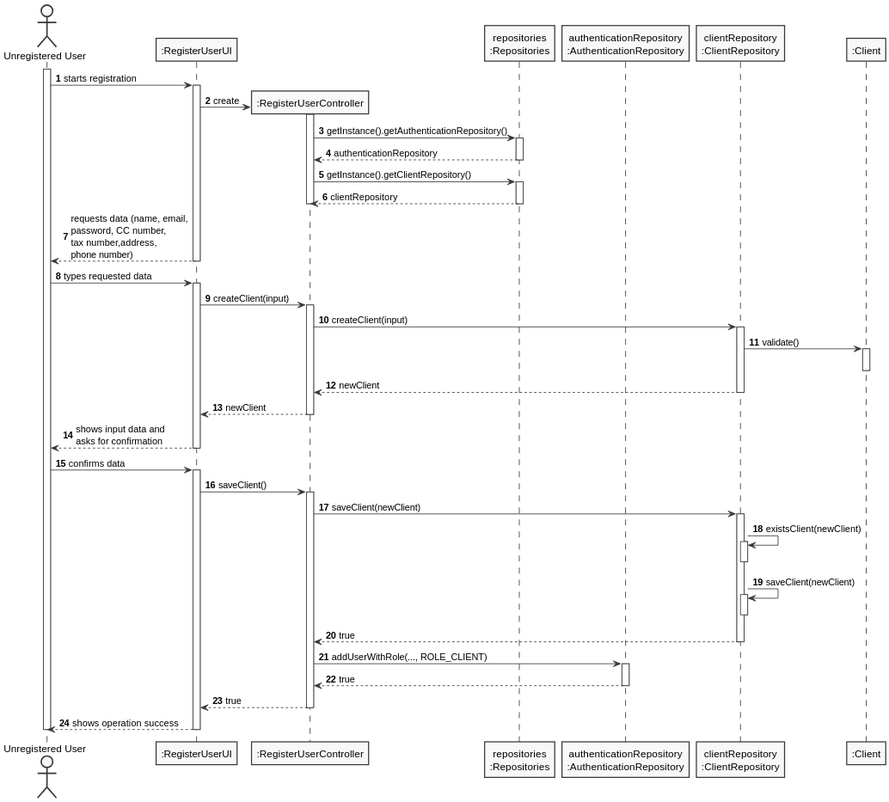
Earlier version of the PlantUML export docs/sprintC/US007/03.design/svg/us007-sequence-diagram.svg (tiagohcorreia/LAPR2). Source of this version:
```plantuml
@startuml

skinparam monochrome true
skinparam shadowing false
autonumber

actor "Unregistered User" as uu
participant ":RegisterUserUI" as ui
participant ":RegisterUserController" as ctrl
participant "repositories\n:Repositories" as repos
participant "authenticationRepository\n:AuthenticationRepository" as authRepo
participant "clientRepository\n:ClientRepository" as clientRepo
participant ":Client" as client

activate uu
uu -> ui: starts registration
activate ui
ui -> ctrl**: create
activate ctrl
ctrl -> repos: getInstance().getAuthenticationRepository()
activate repos
return authenticationRepository
ctrl -> repos: getInstance().getClientRepository()
activate repos
return clientRepository
deactivate ctrl
return requests data (name, email,\npassword, CC number,\ntax number,address,\nphone number)

uu -> ui: types requested data
activate ui

ui -> ctrl: createClient(input)
activate ctrl
ctrl -> clientRepo: createClient(input)
activate clientRepo
clientRepo -> client: validate()
activate client
deactivate client
return newClient
return newClient
return shows input data and\nasks for confirmation

uu -> ui: confirms data
activate ui
ui -> ctrl: saveClient()
activate ctrl
ctrl -> clientRepo: saveClient(newClient)
activate clientRepo
clientRepo -> clientRepo: existsClient(newClient)
activate clientRepo
deactivate clientRepo
clientRepo -> clientRepo: saveClient(newClient)
activate clientRepo
deactivate clientRepo
return true
ctrl -> authRepo: addUserWithRole(..., ROLE_CLIENT)
activate authRepo
return true
return true
return shows operation success




deactivate uu
@enduml
```
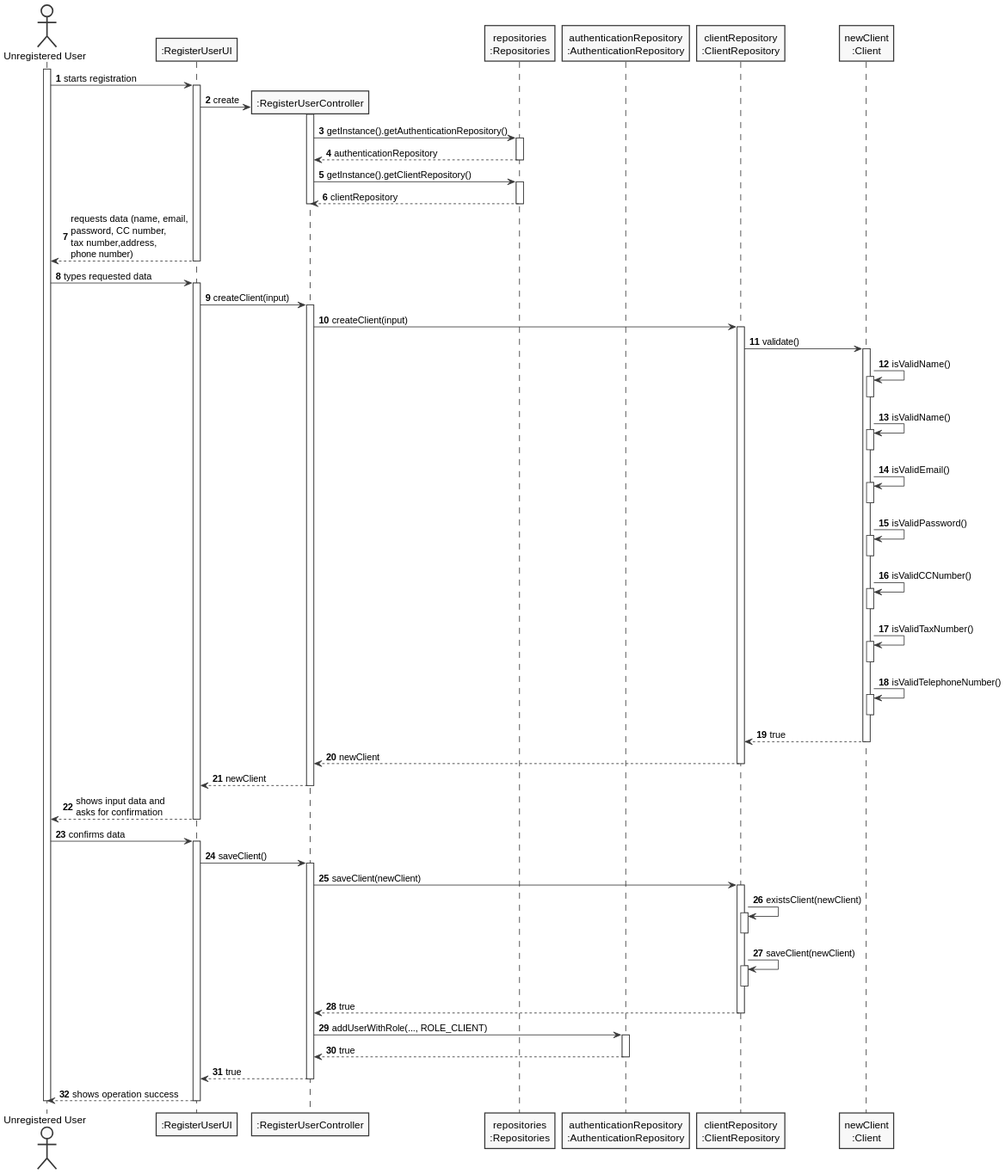
Later version of the same file.

Commit message:
US07 - Added validation logic the Sequence Diagram

Diff of the diagram source:
```diff
@@ -10,7 +10,7 @@
 participant "repositories\n:Repositories" as repos
 participant "authenticationRepository\n:AuthenticationRepository" as authRepo
 participant "clientRepository\n:ClientRepository" as clientRepo
-participant ":Client" as client
+participant "newClient\n:Client" as client
 
 activate uu
 uu -> ui: starts registration
@@ -35,7 +35,29 @@
 activate clientRepo
 clientRepo -> client: validate()
 activate client
+    client -> client: isValidName()
+    activate client
+    deactivate client
+    client -> client: isValidName()
+    activate client
+    deactivate client
+    client -> client: isValidEmail()
+    activate client
+    deactivate client
+    client -> client: isValidPassword()
+    activate client
+    deactivate client
+    client -> client: isValidCCNumber()
+    activate client
+    deactivate client
+    client -> client: isValidTaxNumber()
+    activate client
+    deactivate client
+    client -> client: isValidTelephoneNumber()
+    activate client
 deactivate client
+return true
+
 return newClient
 return newClient
 return shows input data and\nasks for confirmation
```
